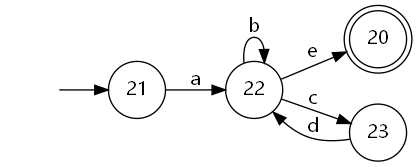
Earlier version of the Graphviz export ere/min_DFA.dot.png (1357885013/compiler). Its source is kept beside it as ere/min_DFA.dot.
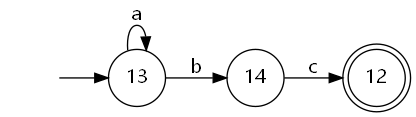
The same diagram one commit later.

Change to the diagram source:
```diff
@@ -4,11 +4,9 @@
 node [shape = circle, fontname = "Microsoft YaHei"];
 edge [fontname = "Microsoft YaHei"];
 -1[style=invis];
-20 [ shape = doublecircle ];
--1 -> 21;
-21 -> 22[ label = "a" ];
-22 -> 20[ label = "e" ];
-22 -> 23[ label = "c" ];
-22 -> 22[ label = "b" ];
-23 -> 22[ label = "d" ];
+12 [ shape = doublecircle ];
+-1 -> 13;
+13 -> 14[ label = "b" ];
+13 -> 13[ label = "a" ];
+14 -> 12[ label = "c" ];
 }
```
